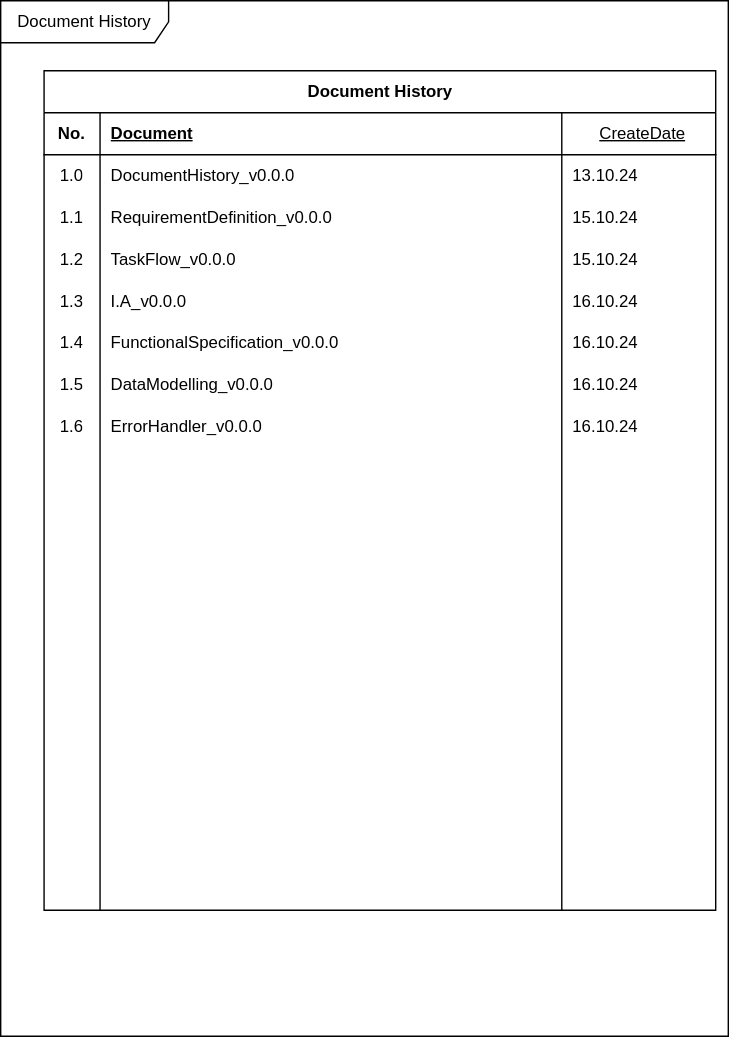
Above: Document/WeadinatorDocumentation.svg in cjungwo/Weadinator (draw.io), before the change. Source tidied: cells renumbered, new cells last; positions are measured from the earlier drawing's top-left corner, leaving out a move shared by most shapes.
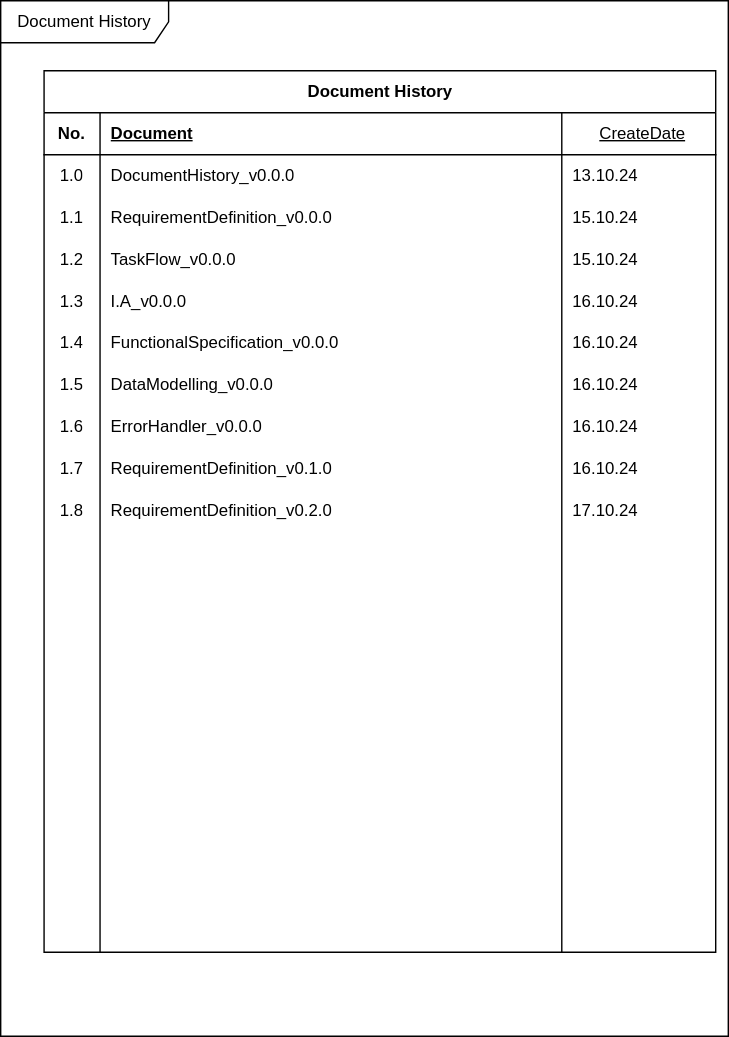
After the commit.

Commit message:
#2 - Update to add requirement definition v0.1.0, v0.2.0 in WeadinatorDocumentation.svg

The edit, as a diff of the source:
```diff
@@ -6,7 +6,7 @@
       <mxGeometry width="520" height="740" as="geometry" />
     </mxCell>
     <mxCell id="3" value="Document History" style="shape=table;startSize=30;rowLines=0;fontStyle=1;align=center;html=1;" parent="2" vertex="1">
-      <mxGeometry x="31" y="50" width="480" height="600" as="geometry" />
+      <mxGeometry x="31" y="50" width="480" height="630" as="geometry" />
     </mxCell>
     <mxCell id="4" style="shape=tableRow;horizontal=0;startSize=0;swimlaneHead=0;swimlaneBody=0;fillColor=none;top=0;left=0;right=0;bottom=1;" parent="3" vertex="1">
       <mxGeometry y="30" width="480" height="30" as="geometry" />
@@ -104,8 +104,32 @@
     <mxCell id="35" value="16.10.24" style="shape=partialRectangle;fillColor=none;top=0;left=0;bottom=0;right=0;align=left;spacingLeft=6;overflow=hidden;whiteSpace=wrap;html=1;" parent="32" vertex="1">
       <mxGeometry x="370" width="110" height="30" as="geometry" />
     </mxCell>
+    <mxCell id="80" style="shape=tableRow;horizontal=0;startSize=0;swimlaneHead=0;swimlaneBody=0;fillColor=none;top=0;left=0;right=0;bottom=0;" parent="3" vertex="1">
+      <mxGeometry y="270" width="480" height="30" as="geometry" />
+    </mxCell>
+    <mxCell id="81" value="1.7" style="shape=partialRectangle;fillColor=none;top=0;left=0;bottom=0;right=0;overflow=hidden;whiteSpace=wrap;html=1;" parent="80" vertex="1">
+      <mxGeometry width="40" height="30" as="geometry" />
+    </mxCell>
+    <mxCell id="82" value="RequirementDefinition_v0.1.0" style="shape=partialRectangle;fillColor=none;top=0;left=0;bottom=0;right=0;align=left;spacingLeft=6;overflow=hidden;whiteSpace=wrap;html=1;" parent="80" vertex="1">
+      <mxGeometry x="40" width="330" height="30" as="geometry" />
+    </mxCell>
+    <mxCell id="83" value="16.10.24" style="shape=partialRectangle;fillColor=none;top=0;left=0;bottom=0;right=0;align=left;spacingLeft=6;overflow=hidden;whiteSpace=wrap;html=1;" parent="80" vertex="1">
+      <mxGeometry x="370" width="110" height="30" as="geometry" />
+    </mxCell>
+    <mxCell id="84" style="shape=tableRow;horizontal=0;startSize=0;swimlaneHead=0;swimlaneBody=0;fillColor=none;top=0;left=0;right=0;bottom=0;" parent="3" vertex="1">
+      <mxGeometry y="300" width="480" height="30" as="geometry" />
+    </mxCell>
+    <mxCell id="85" value="1.8" style="shape=partialRectangle;fillColor=none;top=0;left=0;bottom=0;right=0;overflow=hidden;whiteSpace=wrap;html=1;" parent="84" vertex="1">
+      <mxGeometry width="40" height="30" as="geometry" />
+    </mxCell>
+    <mxCell id="86" value="RequirementDefinition_v0.2.0" style="shape=partialRectangle;fillColor=none;top=0;left=0;bottom=0;right=0;align=left;spacingLeft=6;overflow=hidden;whiteSpace=wrap;html=1;" parent="84" vertex="1">
+      <mxGeometry x="40" width="330" height="30" as="geometry" />
+    </mxCell>
+    <mxCell id="87" value="17.10.24" style="shape=partialRectangle;fillColor=none;top=0;left=0;bottom=0;right=0;align=left;spacingLeft=6;overflow=hidden;whiteSpace=wrap;html=1;" parent="84" vertex="1">
+      <mxGeometry x="370" width="110" height="30" as="geometry" />
+    </mxCell>
     <mxCell id="36" style="shape=tableRow;horizontal=0;startSize=0;swimlaneHead=0;swimlaneBody=0;fillColor=none;top=0;left=0;right=0;bottom=0;" parent="3" vertex="1">
-      <mxGeometry y="270" width="480" height="30" as="geometry" />
+      <mxGeometry y="330" width="480" height="30" as="geometry" />
     </mxCell>
     <mxCell id="37" style="shape=partialRectangle;fillColor=none;top=0;left=0;bottom=0;right=0;overflow=hidden;whiteSpace=wrap;html=1;" parent="36" vertex="1">
       <mxGeometry width="40" height="30" as="geometry" />
@@ -117,7 +141,7 @@
       <mxGeometry x="370" width="110" height="30" as="geometry" />
     </mxCell>
     <mxCell id="40" style="shape=tableRow;horizontal=0;startSize=0;swimlaneHead=0;swimlaneBody=0;fillColor=none;top=0;left=0;right=0;bottom=0;" parent="3" vertex="1">
-      <mxGeometry y="300" width="480" height="30" as="geometry" />
+      <mxGeometry y="360" width="480" height="30" as="geometry" />
     </mxCell>
     <mxCell id="41" style="shape=partialRectangle;fillColor=none;top=0;left=0;bottom=0;right=0;overflow=hidden;whiteSpace=wrap;html=1;" parent="40" vertex="1">
       <mxGeometry width="40" height="30" as="geometry" />
@@ -129,7 +153,7 @@
       <mxGeometry x="370" width="110" height="30" as="geometry" />
     </mxCell>
     <mxCell id="44" style="shape=tableRow;horizontal=0;startSize=0;swimlaneHead=0;swimlaneBody=0;fillColor=none;top=0;left=0;right=0;bottom=0;" parent="3" vertex="1">
-      <mxGeometry y="330" width="480" height="30" as="geometry" />
+      <mxGeometry y="390" width="480" height="30" as="geometry" />
     </mxCell>
     <mxCell id="45" style="shape=partialRectangle;fillColor=none;top=0;left=0;bottom=0;right=0;overflow=hidden;whiteSpace=wrap;html=1;" parent="44" vertex="1">
       <mxGeometry width="40" height="30" as="geometry" />
@@ -141,7 +165,7 @@
       <mxGeometry x="370" width="110" height="30" as="geometry" />
     </mxCell>
     <mxCell id="48" style="shape=tableRow;horizontal=0;startSize=0;swimlaneHead=0;swimlaneBody=0;fillColor=none;top=0;left=0;right=0;bottom=0;" parent="3" vertex="1">
-      <mxGeometry y="360" width="480" height="30" as="geometry" />
+      <mxGeometry y="420" width="480" height="30" as="geometry" />
     </mxCell>
     <mxCell id="49" style="shape=partialRectangle;fillColor=none;top=0;left=0;bottom=0;right=0;overflow=hidden;whiteSpace=wrap;html=1;" parent="48" vertex="1">
       <mxGeometry width="40" height="30" as="geometry" />
@@ -153,7 +177,7 @@
       <mxGeometry x="370" width="110" height="30" as="geometry" />
     </mxCell>
     <mxCell id="52" style="shape=tableRow;horizontal=0;startSize=0;swimlaneHead=0;swimlaneBody=0;fillColor=none;top=0;left=0;right=0;bottom=0;" parent="3" vertex="1">
-      <mxGeometry y="390" width="480" height="30" as="geometry" />
+      <mxGeometry y="450" width="480" height="30" as="geometry" />
     </mxCell>
     <mxCell id="53" style="shape=partialRectangle;fillColor=none;top=0;left=0;bottom=0;right=0;overflow=hidden;whiteSpace=wrap;html=1;" parent="52" vertex="1">
       <mxGeometry width="40" height="30" as="geometry" />
@@ -165,7 +189,7 @@
       <mxGeometry x="370" width="110" height="30" as="geometry" />
     </mxCell>
     <mxCell id="56" style="shape=tableRow;horizontal=0;startSize=0;swimlaneHead=0;swimlaneBody=0;fillColor=none;top=0;left=0;right=0;bottom=0;" parent="3" vertex="1">
-      <mxGeometry y="420" width="480" height="30" as="geometry" />
+      <mxGeometry y="480" width="480" height="30" as="geometry" />
     </mxCell>
     <mxCell id="57" style="shape=partialRectangle;fillColor=none;top=0;left=0;bottom=0;right=0;overflow=hidden;whiteSpace=wrap;html=1;" parent="56" vertex="1">
       <mxGeometry width="40" height="30" as="geometry" />
@@ -177,7 +201,7 @@
       <mxGeometry x="370" width="110" height="30" as="geometry" />
     </mxCell>
     <mxCell id="60" style="shape=tableRow;horizontal=0;startSize=0;swimlaneHead=0;swimlaneBody=0;fillColor=none;top=0;left=0;right=0;bottom=0;" parent="3" vertex="1">
-      <mxGeometry y="450" width="480" height="30" as="geometry" />
+      <mxGeometry y="510" width="480" height="30" as="geometry" />
     </mxCell>
     <mxCell id="61" style="shape=partialRectangle;fillColor=none;top=0;left=0;bottom=0;right=0;overflow=hidden;whiteSpace=wrap;html=1;" parent="60" vertex="1">
       <mxGeometry width="40" height="30" as="geometry" />
@@ -189,7 +213,7 @@
       <mxGeometry x="370" width="110" height="30" as="geometry" />
     </mxCell>
     <mxCell id="64" style="shape=tableRow;horizontal=0;startSize=0;swimlaneHead=0;swimlaneBody=0;fillColor=none;top=0;left=0;right=0;bottom=0;" parent="3" vertex="1">
-      <mxGeometry y="480" width="480" height="30" as="geometry" />
+      <mxGeometry y="540" width="480" height="30" as="geometry" />
     </mxCell>
     <mxCell id="65" style="shape=partialRectangle;fillColor=none;top=0;left=0;bottom=0;right=0;overflow=hidden;whiteSpace=wrap;html=1;" parent="64" vertex="1">
       <mxGeometry width="40" height="30" as="geometry" />
@@ -201,7 +225,7 @@
       <mxGeometry x="370" width="110" height="30" as="geometry" />
     </mxCell>
     <mxCell id="68" style="shape=tableRow;horizontal=0;startSize=0;swimlaneHead=0;swimlaneBody=0;fillColor=none;top=0;left=0;right=0;bottom=0;" parent="3" vertex="1">
-      <mxGeometry y="510" width="480" height="30" as="geometry" />
+      <mxGeometry y="570" width="480" height="30" as="geometry" />
     </mxCell>
     <mxCell id="69" style="shape=partialRectangle;fillColor=none;top=0;left=0;bottom=0;right=0;overflow=hidden;whiteSpace=wrap;html=1;" parent="68" vertex="1">
       <mxGeometry width="40" height="30" as="geometry" />
@@ -213,7 +237,7 @@
       <mxGeometry x="370" width="110" height="30" as="geometry" />
     </mxCell>
     <mxCell id="72" style="shape=tableRow;horizontal=0;startSize=0;swimlaneHead=0;swimlaneBody=0;fillColor=none;top=0;left=0;right=0;bottom=0;" parent="3" vertex="1">
-      <mxGeometry y="540" width="480" height="30" as="geometry" />
+      <mxGeometry y="600" width="480" height="30" as="geometry" />
     </mxCell>
     <mxCell id="73" style="shape=partialRectangle;fillColor=none;top=0;left=0;bottom=0;right=0;overflow=hidden;whiteSpace=wrap;html=1;" parent="72" vertex="1">
       <mxGeometry width="40" height="30" as="geometry" />
@@ -224,17 +248,5 @@
     <mxCell id="75" style="shape=partialRectangle;fillColor=none;top=0;left=0;bottom=0;right=0;align=left;spacingLeft=6;overflow=hidden;whiteSpace=wrap;html=1;" parent="72" vertex="1">
       <mxGeometry x="370" width="110" height="30" as="geometry" />
     </mxCell>
-    <mxCell id="76" style="shape=tableRow;horizontal=0;startSize=0;swimlaneHead=0;swimlaneBody=0;fillColor=none;top=0;left=0;right=0;bottom=0;" parent="3" vertex="1">
-      <mxGeometry y="570" width="480" height="30" as="geometry" />
-    </mxCell>
-    <mxCell id="77" style="shape=partialRectangle;fillColor=none;top=0;left=0;bottom=0;right=0;overflow=hidden;whiteSpace=wrap;html=1;" parent="76" vertex="1">
-      <mxGeometry width="40" height="30" as="geometry" />
-    </mxCell>
-    <mxCell id="78" style="shape=partialRectangle;fillColor=none;top=0;left=0;bottom=0;right=0;align=left;spacingLeft=6;overflow=hidden;whiteSpace=wrap;html=1;" parent="76" vertex="1">
-      <mxGeometry x="40" width="330" height="30" as="geometry" />
-    </mxCell>
-    <mxCell id="79" style="shape=partialRectangle;fillColor=none;top=0;left=0;bottom=0;right=0;align=left;spacingLeft=6;overflow=hidden;whiteSpace=wrap;html=1;" parent="76" vertex="1">
-      <mxGeometry x="370" width="110" height="30" as="geometry" />
-    </mxCell>
   </root>
 </mxGraphModel>
```
